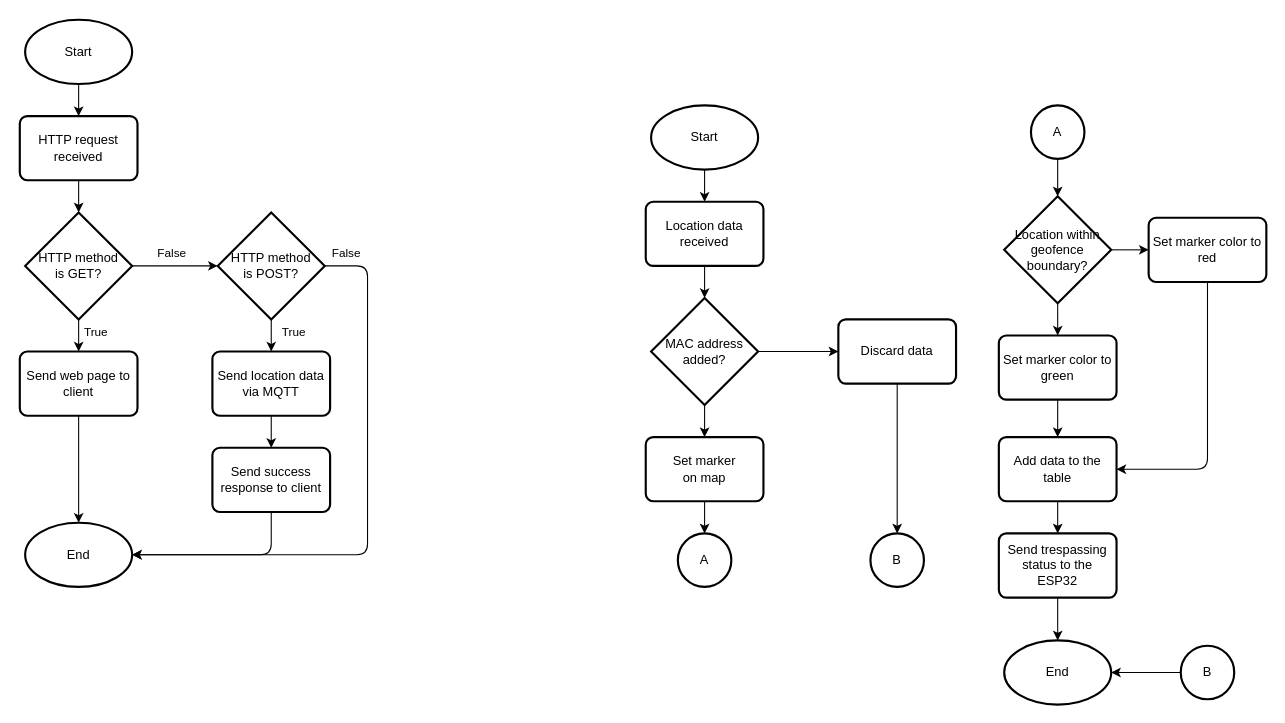
Before: flowchart.drawio in gldnpz17/esp-geofencing, a draw.io diagram. Source tidied: cells renumbered, new cells numbered last; positions are measured from the earlier drawing's top-left corner, leaving out a move shared by most shapes. Both pictures are drawn from the tidied source at 107%, with x=0, y=0 at pixel (19, 19).
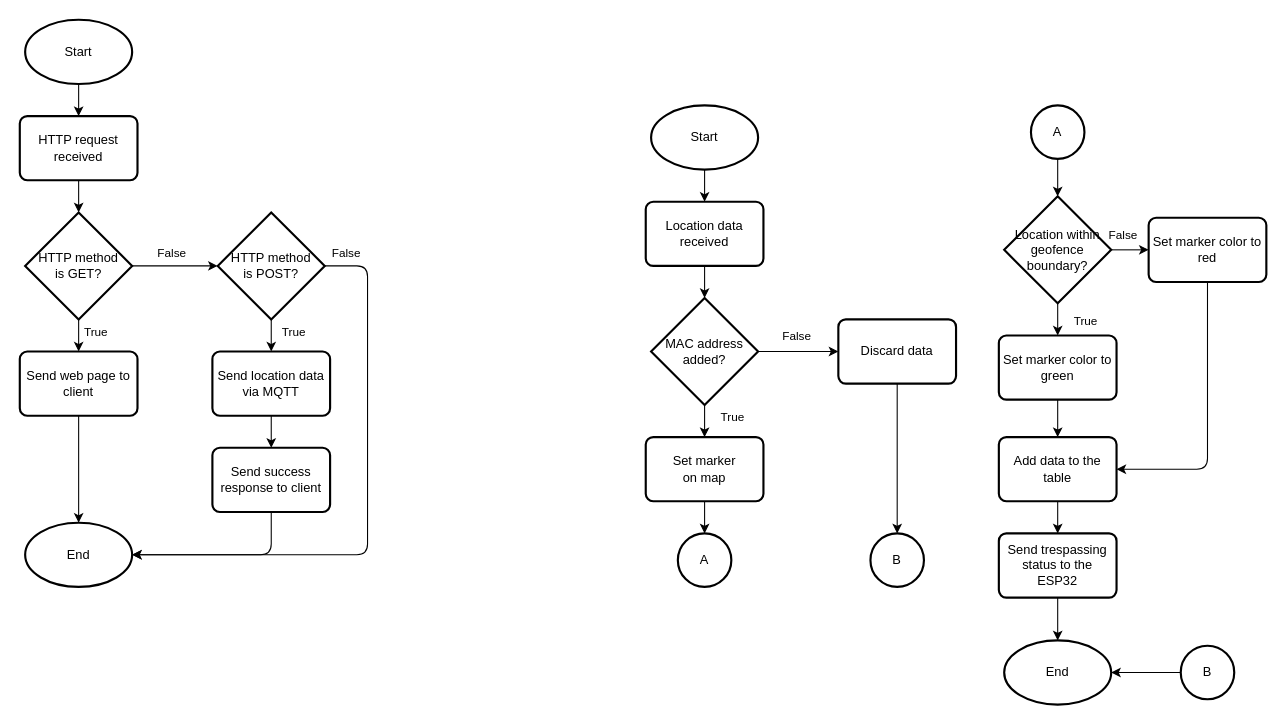
The same diagram, later.

The change refers to these unchanged cells:
```xml
<mxCell id="27" style="edgeStyle=none;html=1;entryX=0;entryY=0.5;entryDx=0;entryDy=0;" parent="1" edge="1" source="29" target="31">
  <mxGeometry relative="1" as="geometry" />
</mxCell>
<mxCell id="28" style="edgeStyle=elbowEdgeStyle;html=1;entryX=0.5;entryY=0;entryDx=0;entryDy=0;" parent="1" edge="1" source="29" target="35">
  <mxGeometry relative="1" as="geometry" />
</mxCell>
<mxCell id="38" style="edgeStyle=elbowEdgeStyle;html=1;" parent="1" edge="1" source="40" target="37">
  <mxGeometry relative="1" as="geometry" />
</mxCell>
<mxCell id="39" style="edgeStyle=elbowEdgeStyle;html=1;entryX=0.5;entryY=0;entryDx=0;entryDy=0;" parent="1" edge="1" source="40" target="42">
  <mxGeometry relative="1" as="geometry" />
</mxCell>
```

What changed in the source:
```diff
@@
+    <mxCell id="52" value="False" style="edgeLabel;html=1;align=center;verticalAlign=middle;" parent="27" vertex="1">
+      <mxGeometry x="-0.29" y="3" relative="1" as="geometry">
+        <mxPoint x="8" y="-12" as="offset" />
+      </mxGeometry>
+    </mxCell>
@@
+    <mxCell id="53" value="True" style="edgeLabel;html=1;align=center;verticalAlign=middle;" parent="28" vertex="1">
+      <mxGeometry x="-0.12" y="2" relative="1" as="geometry">
+        <mxPoint x="23" y="-3" as="offset" />
+      </mxGeometry>
+    </mxCell>
@@
+    <mxCell id="54" value="False" style="edgeLabel;html=1;align=center;verticalAlign=middle;" parent="38" vertex="1">
+      <mxGeometry x="-0.44" y="2" relative="1" as="geometry">
+        <mxPoint y="-13" as="offset" />
+      </mxGeometry>
+    </mxCell>
@@
+    <mxCell id="55" value="True" style="edgeLabel;html=1;align=center;verticalAlign=middle;" parent="39" vertex="1">
+      <mxGeometry x="-0.03" y="1" relative="1" as="geometry">
+        <mxPoint x="24" y="1" as="offset" />
+      </mxGeometry>
+    </mxCell>
```
